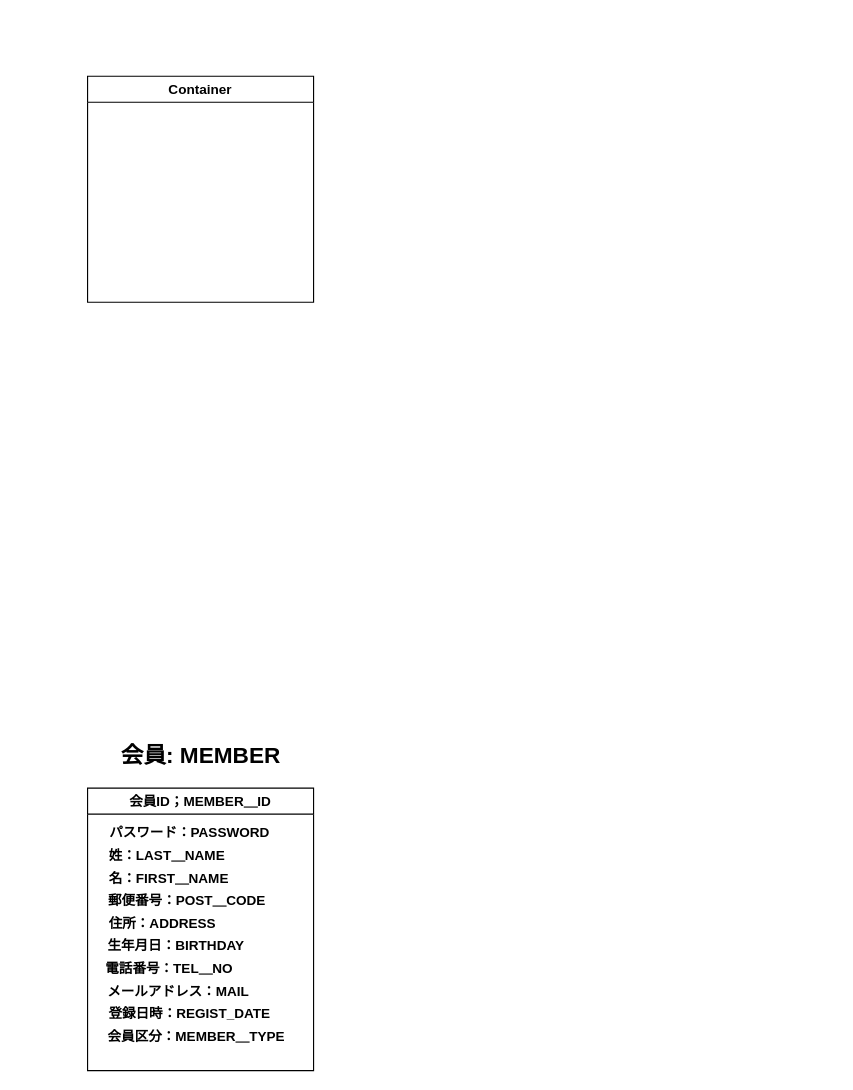
Before: Untitled Diagram.drawio in AnhTuan-Nguyen99/ERMap, a draw.io diagram. Source tidied: cells renumbered, new cells numbered last; positions are measured from the earlier drawing's top-left corner, leaving out a move shared by most shapes. Both pictures are drawn from the tidied source at 113%, with x=0, y=0 at pixel (53, 76).
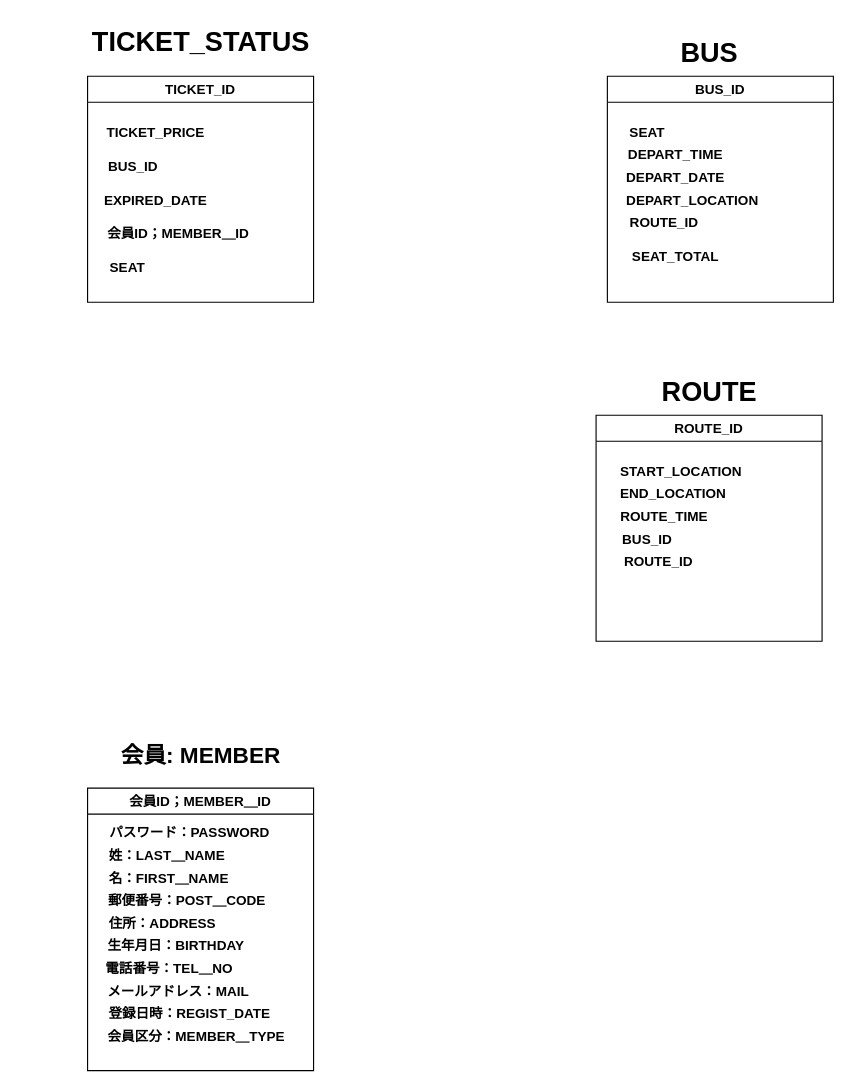
The same page after the edit.

Diff of the diagram source:
```diff
@@
-    <mxCell id="14" value="Container" style="swimlane;" parent="1" vertex="1">
+    <mxCell id="14" value="TICKET_ID" style="swimlane;" parent="1" vertex="1">
       <mxGeometry x="30" width="200" height="200" as="geometry" />
     </mxCell>
+    <mxCell id="15" value="TICKET_PRICE" style="text;strokeColor=none;fillColor=none;html=1;fontSize=12;fontStyle=1;verticalAlign=middle;align=center;" parent="14" vertex="1">
+      <mxGeometry x="-30" y="40" width="180" height="20" as="geometry" />
+    </mxCell>
+    <mxCell id="16" value="BUS_ID" style="text;strokeColor=none;fillColor=none;html=1;fontSize=12;fontStyle=1;verticalAlign=middle;align=center;" parent="14" vertex="1">
+      <mxGeometry x="-50" y="70" width="180" height="20" as="geometry" />
+    </mxCell>
+    <mxCell id="17" value="EXPIRED_DATE" style="text;strokeColor=none;fillColor=none;html=1;fontSize=12;fontStyle=1;verticalAlign=middle;align=center;" parent="14" vertex="1">
+      <mxGeometry x="-30" y="100" width="180" height="20" as="geometry" />
+    </mxCell>
+    <mxCell id="18" value="会員ID；MEMBER＿ID" style="text;strokeColor=none;fillColor=none;html=1;fontSize=12;fontStyle=1;verticalAlign=middle;align=center;" parent="14" vertex="1">
+      <mxGeometry x="-10" y="130" width="180" height="20" as="geometry" />
+    </mxCell>
+    <mxCell id="19" value="SEAT" style="text;strokeColor=none;fillColor=none;html=1;fontSize=12;fontStyle=1;verticalAlign=middle;align=center;" parent="14" vertex="1">
+      <mxGeometry x="-60" y="160" width="190" height="20" as="geometry" />
+    </mxCell>
+    <mxCell id="20" value="TICKET_STATUS" style="text;strokeColor=none;fillColor=none;html=1;fontSize=24;fontStyle=1;verticalAlign=middle;align=center;" parent="1" vertex="1">
+      <mxGeometry x="30" y="-50" width="200" height="40" as="geometry" />
+    </mxCell>
+    <mxCell id="21" value="BUS_ID" style="swimlane;" parent="1" vertex="1">
+      <mxGeometry x="490" width="200" height="200" as="geometry" />
+    </mxCell>
+    <mxCell id="22" value="SEAT" style="text;strokeColor=none;fillColor=none;html=1;fontSize=12;fontStyle=1;verticalAlign=middle;align=center;" parent="21" vertex="1">
+      <mxGeometry x="-60" y="40" width="190" height="20" as="geometry" />
+    </mxCell>
+    <mxCell id="23" value="DEPART_TIME" style="text;strokeColor=none;fillColor=none;html=1;fontSize=12;fontStyle=1;verticalAlign=middle;align=center;" parent="21" vertex="1">
+      <mxGeometry x="-30" y="60" width="180" height="20" as="geometry" />
+    </mxCell>
+    <mxCell id="24" value="DEPART_DATE" style="text;strokeColor=none;fillColor=none;html=1;fontSize=12;fontStyle=1;verticalAlign=middle;align=center;" parent="21" vertex="1">
+      <mxGeometry x="-30" y="80" width="180" height="20" as="geometry" />
+    </mxCell>
+    <mxCell id="25" value="DEPART_LOCATION" style="text;strokeColor=none;fillColor=none;html=1;fontSize=12;fontStyle=1;verticalAlign=middle;align=center;" parent="21" vertex="1">
+      <mxGeometry x="-20" y="100" width="190" height="20" as="geometry" />
+    </mxCell>
+    <mxCell id="26" value="ROUTE_ID" style="text;strokeColor=none;fillColor=none;html=1;fontSize=12;fontStyle=1;verticalAlign=middle;align=center;" parent="21" vertex="1">
+      <mxGeometry x="-50" y="120" width="200" height="20" as="geometry" />
+    </mxCell>
+    <mxCell id="27" value="SEAT_TOTAL" style="text;strokeColor=none;fillColor=none;html=1;fontSize=12;fontStyle=1;verticalAlign=middle;align=center;" parent="21" vertex="1">
+      <mxGeometry x="-35" y="150" width="190" height="20" as="geometry" />
+    </mxCell>
+    <mxCell id="28" value="BUS" style="text;strokeColor=none;fillColor=none;html=1;fontSize=24;fontStyle=1;verticalAlign=middle;align=center;" parent="1" vertex="1">
+      <mxGeometry x="480" y="-40" width="200" height="40" as="geometry" />
+    </mxCell>
+    <mxCell id="29" value="ROUTE_ID" style="swimlane;" parent="1" vertex="1">
+      <mxGeometry x="480" y="300" width="200" height="200" as="geometry" />
+    </mxCell>
+    <mxCell id="30" value="START_LOCATION" style="text;strokeColor=none;fillColor=none;html=1;fontSize=12;fontStyle=1;verticalAlign=middle;align=center;" parent="29" vertex="1">
+      <mxGeometry x="-20" y="40" width="190" height="20" as="geometry" />
+    </mxCell>
+    <mxCell id="31" value="END_LOCATION" style="text;strokeColor=none;fillColor=none;html=1;fontSize=12;fontStyle=1;verticalAlign=middle;align=center;" parent="29" vertex="1">
+      <mxGeometry x="-30" y="60" width="195" height="20" as="geometry" />
+    </mxCell>
+    <mxCell id="32" value="ROUTE_TIME" style="text;strokeColor=none;fillColor=none;html=1;fontSize=12;fontStyle=1;verticalAlign=middle;align=center;" parent="29" vertex="1">
+      <mxGeometry x="-30" y="80" width="180" height="20" as="geometry" />
+    </mxCell>
+    <mxCell id="33" value="BUS_ID" style="text;strokeColor=none;fillColor=none;html=1;fontSize=12;fontStyle=1;verticalAlign=middle;align=center;" parent="29" vertex="1">
+      <mxGeometry x="-50" y="100" width="190" height="20" as="geometry" />
+    </mxCell>
+    <mxCell id="34" value="ROUTE_ID" style="text;strokeColor=none;fillColor=none;html=1;fontSize=12;fontStyle=1;verticalAlign=middle;align=center;" parent="29" vertex="1">
+      <mxGeometry x="-50" y="120" width="210" height="20" as="geometry" />
+    </mxCell>
+    <mxCell id="35" value="ROUTE" style="text;strokeColor=none;fillColor=none;html=1;fontSize=24;fontStyle=1;verticalAlign=middle;align=center;" parent="1" vertex="1">
+      <mxGeometry x="480" y="260" width="200" height="40" as="geometry" />
+    </mxCell>
```
